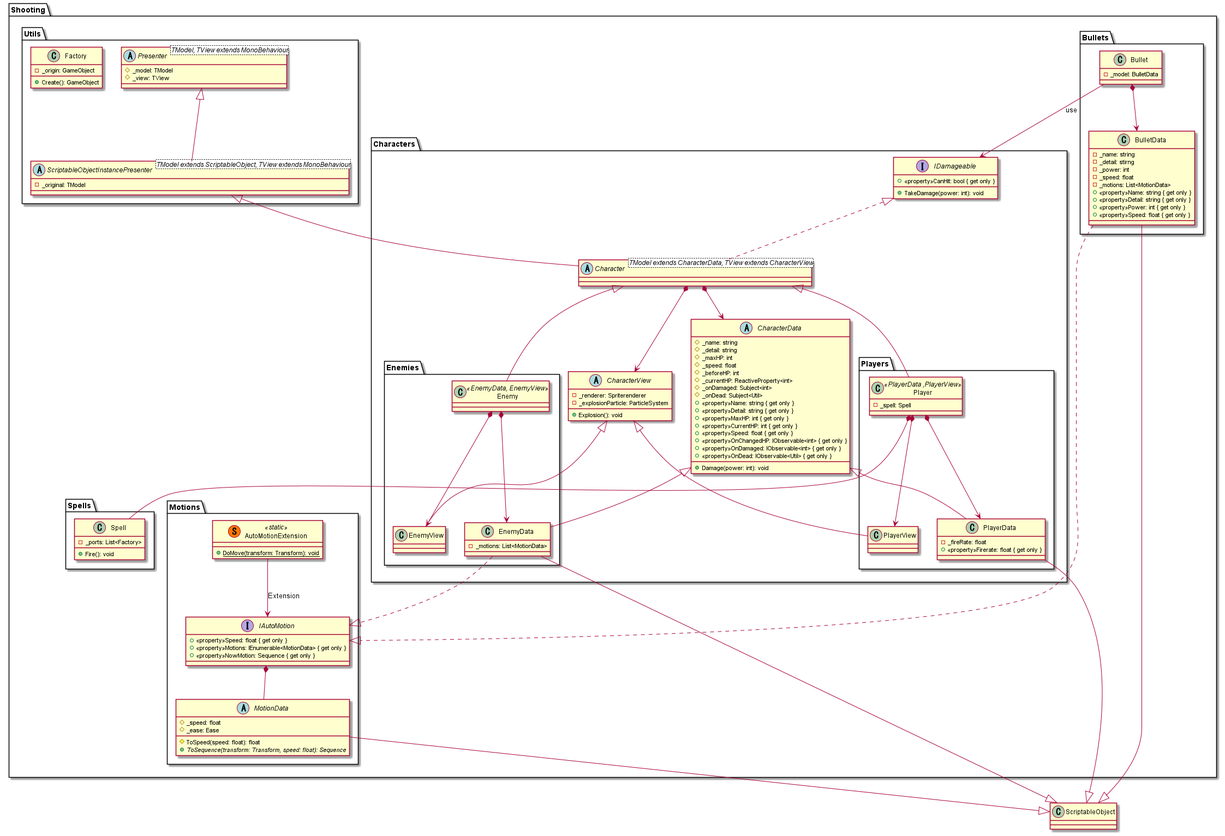
The PlantUML diagram Assets/UML/ClassDiaglam/Shooting.png in nmskm240/MagicalShooter, before a commit.
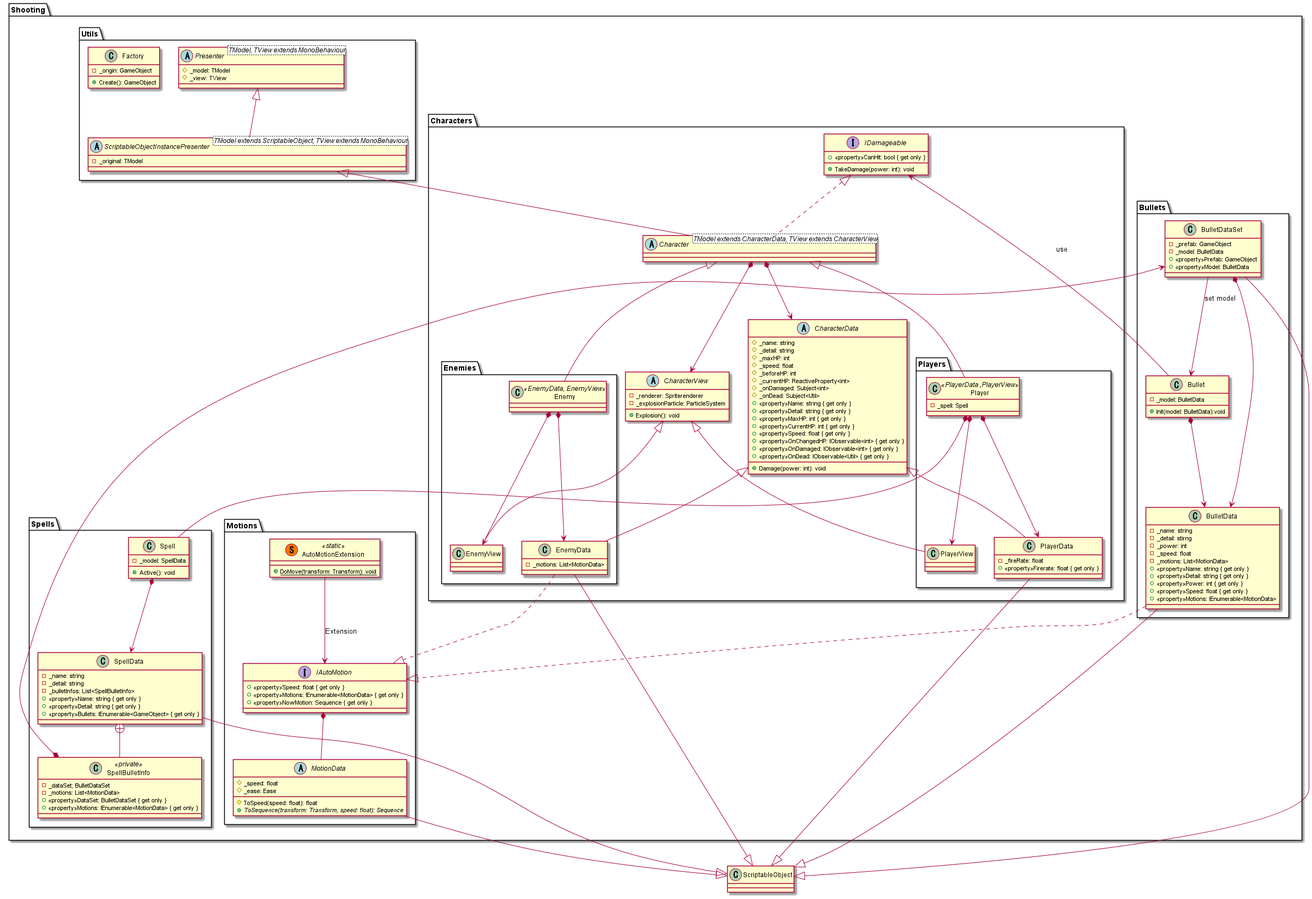
Above is the later version.

Diff of the diagram source:
```diff
@@ -7,6 +7,7 @@
         class Bullet
         {
             -_model: BulletData
+            +Init(model: BulletData):void
         }
         class BulletData
         {
@@ -19,6 +20,14 @@
             +<<property>>Detail: string { get only }
             +<<property>>Power: int { get only }
             +<<property>>Speed: float { get only }
+            +<<property>>Motions: IEnumerable<MotionData>
+        }
+        class BulletDataSet
+        {
+            -_prefab: GameObject
+            -_model: BulletData
+            +<<property>>Prefab: GameObject
+            +<<property>>Model: BulletData
         }
     }
     package Characters
@@ -98,6 +107,30 @@
             +<<property>>NowMotion: Sequence { get only }
         }
     }
+    package Spells
+    {
+        class SpellBulletInfo<<private>>
+        {
+            -_dataSet; BulletDataSet
+            -_motions: List<MotionData>
+            +<<property>>DataSet: BulletDataSet { get only }
+            +<<property>>Motions: IEnumerable<MotionData> { get only }
+        }
+        class Spell
+        {
+            -_model: SpellData
+            +Active(): void
+        }
+        class SpellData
+        {
+            -_name: string
+            -_detail: string
+            -_bulletInfos: List<SpellBulletInfo>
+            +<<property>>Name: string { get only }
+            +<<property>>Detail: string { get only }
+            +<<property>>Bullets: IEnumerable<GameObject> { get only }
+        }
+    }
     package Utils
     {
         class Factory
@@ -115,20 +148,14 @@
             -_original: TModel
         }
     }
-    package Spells
-    {
-        class Spell
-        {
-            -_ports: List<Factory>
-            +Fire(): void
-        }
-    }
 }
 
 BulletData --|> ScriptableObject
+BulletDataSet --|> ScriptableObject
 EnemyData --|> ScriptableObject
 PlayerData --|> ScriptableObject
 MotionData --|> ScriptableObject
+SpellData --|> ScriptableObject
 ScriptableObjectInstancePresenter -up-|> Presenter
 Character -up-|> ScriptableObjectInstancePresenter
 Enemy -up-|> Character
@@ -146,14 +173,20 @@
 IAutoMotion *-- MotionData
 
 Bullet *--> BulletData
+BulletDataSet *--> BulletData
 Character *--> CharacterData
 Character *--> CharacterView
 Enemy *--> EnemyData
 Enemy *--> EnemyView
 Player *--> PlayerData
 Player *--> PlayerView
+Spell *--> SpellData
+SpellBulletInfo *--> BulletDataSet
 
+BulletDataSet --> Bullet : set model
 Bullet --> IDamageable : use
 AutoMotionExtension --> IAutoMotion : Extension
 
+SpellData +-- SpellBulletInfo
+
 @enduml
```
